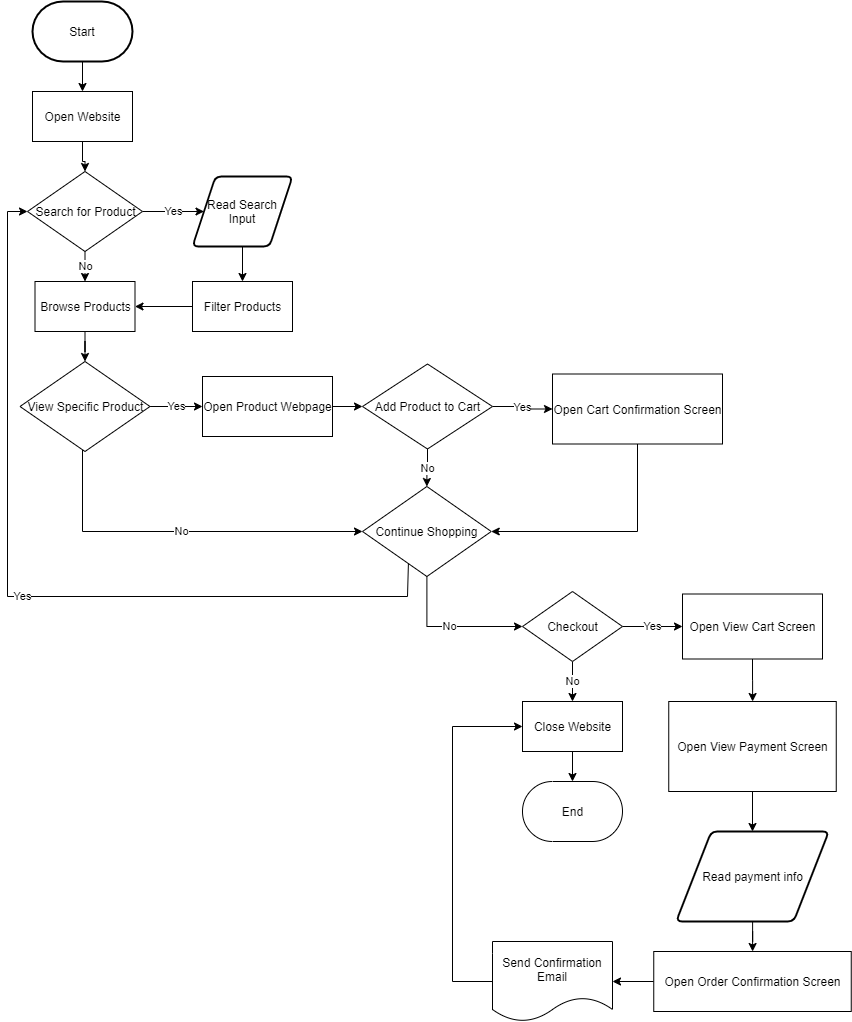
This is part2/part2.drawio.png from chuckmanny20/wi21-cse110-lab4, a draw.io export, as it was before one commit. Source tidied: cells renumbered, new cells last; positions are measured from the earlier drawing's top-left corner, leaving out a move shared by most shapes.
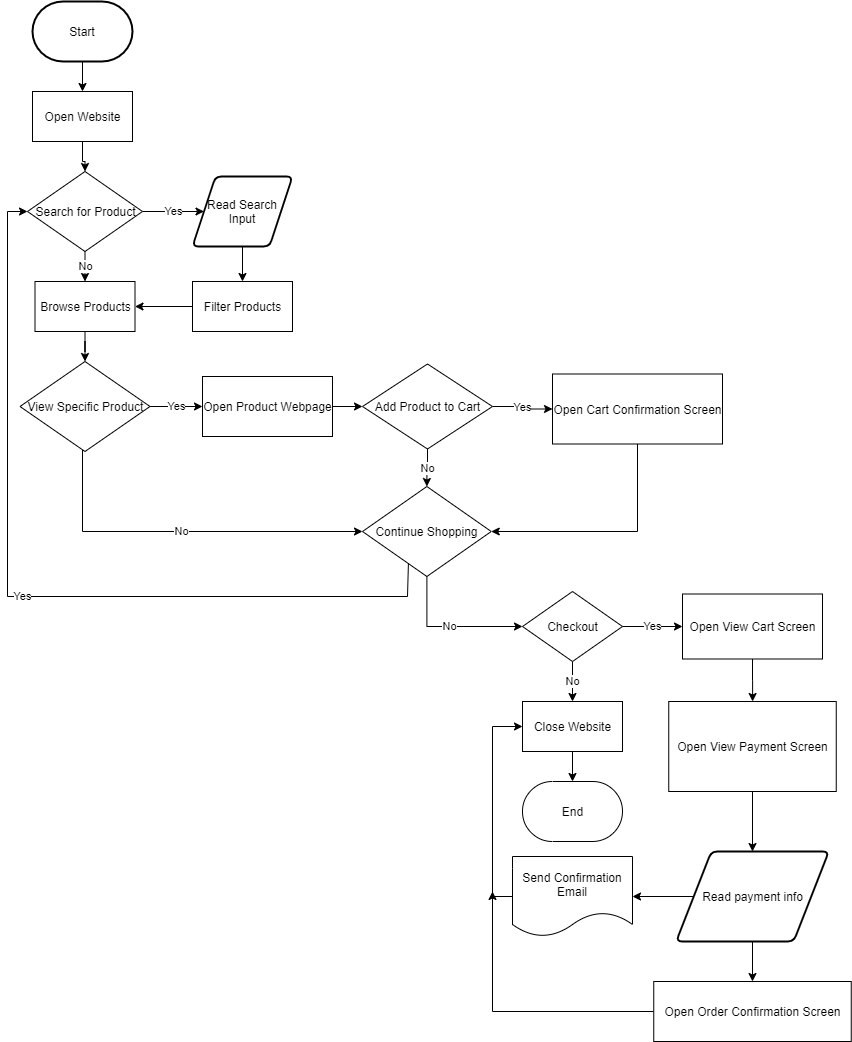
Above is the later version.

Commit message:
Fix Confirmation Screen/Email to happen at same time

Diff of the diagram source:
```diff
@@ -128,25 +128,30 @@
     <mxCell id="38" style="edgeStyle=orthogonalEdgeStyle;rounded=0;jettySize=auto;html=1;" parent="1" edge="1" source="39" target="41">
       <mxGeometry relative="1" as="geometry" />
     </mxCell>
+    <mxCell id="44" style="edgeStyle=orthogonalEdgeStyle;rounded=0;jettySize=auto;html=1;" parent="1" edge="1" source="39" target="43">
+      <mxGeometry relative="1" as="geometry" />
+    </mxCell>
     <mxCell id="39" value="Read payment info" style="shape=parallelogram;html=1;strokeWidth=2;perimeter=parallelogramPerimeter;whiteSpace=wrap;rounded=1;arcSize=12;size=0.23;" parent="1" vertex="1">
-      <mxGeometry x="668.8" y="830" width="152.5" height="90" as="geometry" />
+      <mxGeometry x="668.8" y="850" width="152.5" height="90" as="geometry" />
     </mxCell>
-    <mxCell id="40" style="edgeStyle=orthogonalEdgeStyle;rounded=0;jettySize=auto;html=1;" parent="1" edge="1" source="41" target="43">
-      <mxGeometry relative="1" as="geometry" />
-    </mxCell>
+    <mxCell id="45" style="edgeStyle=orthogonalEdgeStyle;rounded=0;jettySize=auto;html=1;" parent="1" edge="1" source="41">
+      <mxGeometry relative="1" as="geometry">
+        <mxPoint x="485" y="890" as="targetPoint" />
+      </mxGeometry>
+    </mxCell>
     <mxCell id="41" value="Open Order Confirmation Screen" style="html=1;dashed=0;whitespace=wrap;" parent="1" vertex="1">
-      <mxGeometry x="646.2" y="950" width="197.5" height="60" as="geometry" />
+      <mxGeometry x="646.2" y="980" width="197.5" height="60" as="geometry" />
     </mxCell>
     <mxCell id="42" style="edgeStyle=orthogonalEdgeStyle;rounded=0;jettySize=auto;html=1;entryX=0;entryY=0.5;entryDx=0;entryDy=0;" parent="1" edge="1" source="43" target="32">
       <mxGeometry relative="1" as="geometry">
         <Array as="points">
-          <mxPoint x="445" y="980" />
-          <mxPoint x="445" y="725" />
+          <mxPoint x="485" y="895" />
+          <mxPoint x="485" y="725" />
         </Array>
       </mxGeometry>
     </mxCell>
     <mxCell id="43" value="Send Confirmation Email" style="shape=document;whiteSpace=wrap;html=1;boundedLbl=1;" parent="1" vertex="1">
-      <mxGeometry x="485" y="940" width="120" height="80" as="geometry" />
+      <mxGeometry x="505" y="855" width="120" height="80" as="geometry" />
     </mxCell>
   </root>
 </mxGraphModel>
```
